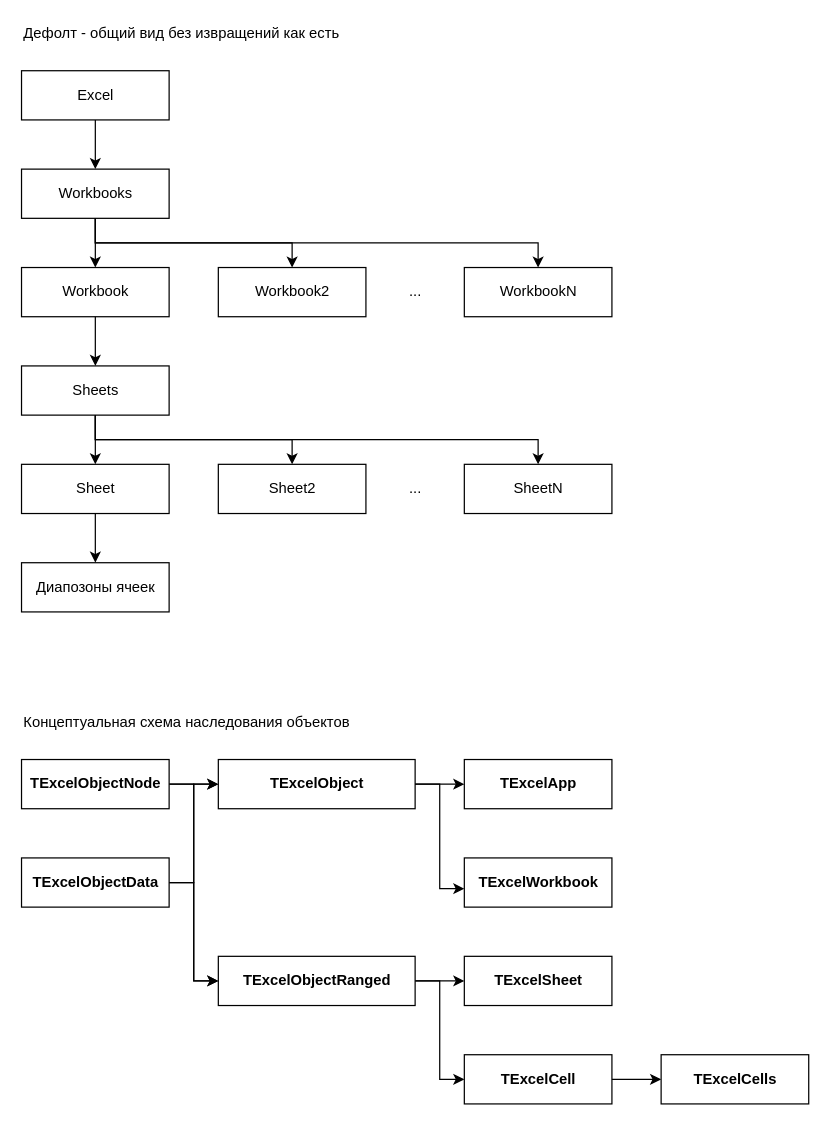
This is page "Excel Общий вид" (1 of 7) of doc/TExcel.drawio from GeorgyGogol/Dll-Excel-OLE-API, a draw.io file, before an edit. Source tidied: cells renumbered, new cells numbered last; positions are measured from the earlier drawing's top-left corner, leaving out a move shared by most shapes. Both pictures are drawn from the tidied source at 123%, with x=0, y=0 at pixel (21, 21).
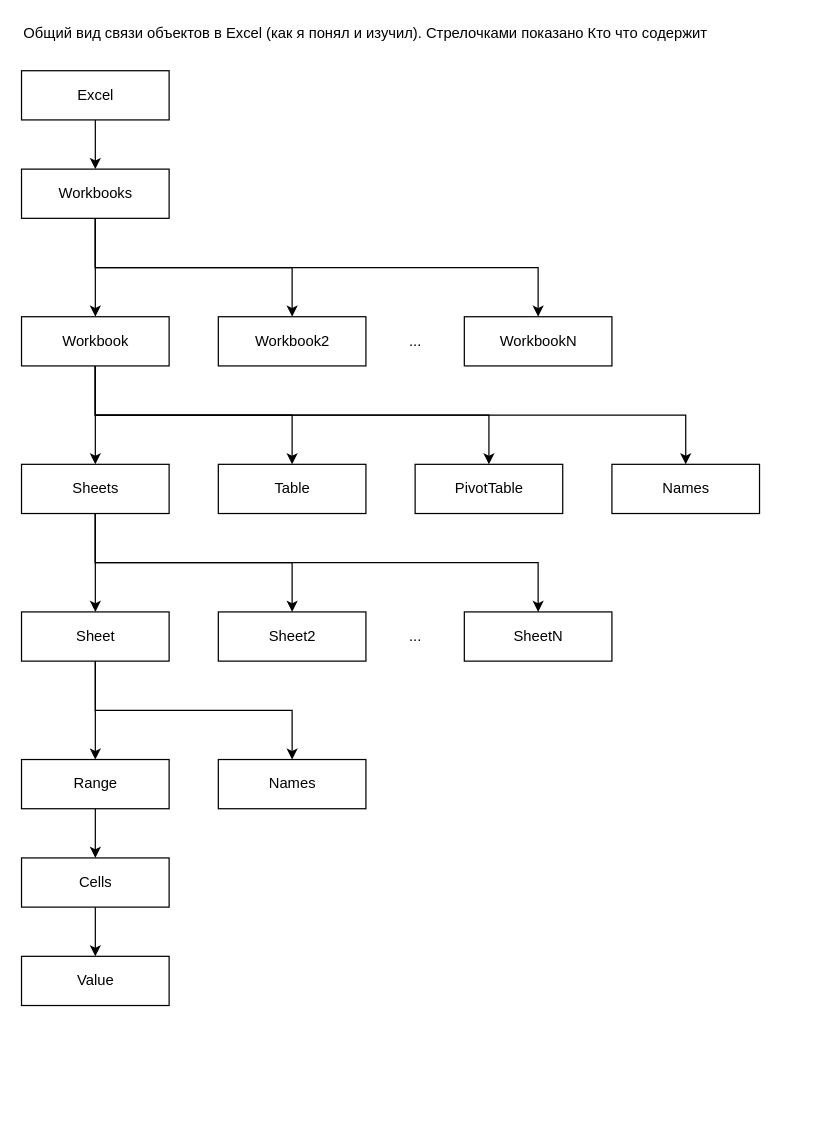
After the change.

What changed in the source:
```diff
@@
-    <mxCell id="2" style="group;" parent="1" vertex="1">
-      <mxGeometry width="480" height="480" as="geometry" />
-    </mxCell>
+    <mxCell id="45" style="group;" parent="1" vertex="1">
+      <mxGeometry width="600" height="800" as="geometry" />
+    </mxCell>
+    <mxCell id="46" value="Names" style="html=1;" parent="45" vertex="1">
+      <mxGeometry x="480" y="360" width="120" height="40" as="geometry" />
+    </mxCell>
+    <mxCell id="47" style="edgeStyle=orthogonalEdgeStyle;rounded=0;jettySize=auto;html=1;" parent="45" edge="1" source="6" target="46">
+      <mxGeometry relative="1" as="geometry">
+        <Array as="points">
+          <mxPoint x="60" y="320" />
+          <mxPoint x="540" y="320" />
+        </Array>
+      </mxGeometry>
+    </mxCell>
-    <mxCell id="3" value="Excel" style="html=1;" parent="2" vertex="1">
+    <mxCell id="3" value="Excel" style="html=1;" parent="45" vertex="1">
       <mxGeometry y="40" width="120" height="40" as="geometry" />
     </mxCell>
-    <mxCell id="4" value="Workbooks" style="html=1;" parent="2" vertex="1">
+    <mxCell id="4" value="Workbooks" style="html=1;" parent="45" vertex="1">
       <mxGeometry y="120" width="120" height="40" as="geometry" />
     </mxCell>
-    <mxCell id="5" style="edgeStyle=orthogonalEdgeStyle;rounded=0;jettySize=auto;html=1;fontColor=#6600CC;startArrow=none;startFill=0;endArrow=classic;endFill=1;" parent="2" edge="1" source="3" target="4">
-      <mxGeometry relative="1" as="geometry" />
+    <mxCell id="5" style="edgeStyle=orthogonalEdgeStyle;rounded=0;jettySize=auto;html=1;fontColor=#6600CC;startArrow=none;startFill=0;endArrow=classic;endFill=1;" parent="45" edge="1" source="3" target="4">
+      <mxGeometry as="geometry" />
     </mxCell>
-    <mxCell id="6" value="Workbook" style="html=1;" parent="2" vertex="1">
-      <mxGeometry y="200" width="120" height="40" as="geometry" />
+    <mxCell id="6" value="Workbook" style="html=1;" parent="45" vertex="1">
+      <mxGeometry y="240" width="120" height="40" as="geometry" />
     </mxCell>
-    <mxCell id="7" style="edgeStyle=orthogonalEdgeStyle;rounded=0;jettySize=auto;html=1;fontColor=#6600CC;startArrow=none;startFill=0;endArrow=classic;endFill=1;" parent="2" edge="1" source="4" target="6">
-      <mxGeometry relative="1" as="geometry" />
+    <mxCell id="7" style="edgeStyle=orthogonalEdgeStyle;rounded=0;jettySize=auto;html=1;fontColor=#6600CC;startArrow=none;startFill=0;endArrow=classic;endFill=1;" parent="45" edge="1" source="4" target="6">
+      <mxGeometry as="geometry" />
     </mxCell>
-    <mxCell id="8" value="Sheets" style="html=1;" parent="2" vertex="1">
-      <mxGeometry y="280" width="120" height="40" as="geometry" />
+    <mxCell id="8" value="Sheets" style="html=1;" parent="45" vertex="1">
+      <mxGeometry y="360" width="120" height="40" as="geometry" />
     </mxCell>
-    <mxCell id="9" style="edgeStyle=orthogonalEdgeStyle;rounded=0;jettySize=auto;html=1;fontColor=#6600CC;startArrow=none;startFill=0;endArrow=classic;endFill=1;" parent="2" edge="1" source="6" target="8">
-      <mxGeometry relative="1" as="geometry" />
+    <mxCell id="9" style="edgeStyle=orthogonalEdgeStyle;rounded=0;jettySize=auto;html=1;fontColor=#6600CC;startArrow=none;startFill=0;endArrow=classic;endFill=1;" parent="45" edge="1" source="6" target="8">
+      <mxGeometry y="40" as="geometry" />
     </mxCell>
-    <mxCell id="10" value="Sheet" style="html=1;" parent="2" vertex="1">
-      <mxGeometry y="360" width="120" height="40" as="geometry" />
+    <mxCell id="10" value="Sheet" style="html=1;" parent="45" vertex="1">
+      <mxGeometry y="480" width="120" height="40" as="geometry" />
     </mxCell>
-    <mxCell id="11" style="edgeStyle=orthogonalEdgeStyle;rounded=0;jettySize=auto;html=1;fontColor=#6600CC;startArrow=none;startFill=0;endArrow=classic;endFill=1;" parent="2" edge="1" source="8" target="10">
-      <mxGeometry relative="1" as="geometry" />
+    <mxCell id="11" style="edgeStyle=orthogonalEdgeStyle;rounded=0;jettySize=auto;html=1;fontColor=#6600CC;startArrow=none;startFill=0;endArrow=classic;endFill=1;" parent="45" edge="1" source="8" target="10">
+      <mxGeometry y="80" as="geometry" />
     </mxCell>
-    <mxCell id="12" value="Диапозоны ячеек" style="html=1;" parent="2" vertex="1">
-      <mxGeometry y="440" width="120" height="40" as="geometry" />
+    <mxCell id="12" value="Range" style="html=1;" parent="45" vertex="1">
+      <mxGeometry y="600" width="120" height="40" as="geometry" />
     </mxCell>
-    <mxCell id="13" style="edgeStyle=orthogonalEdgeStyle;rounded=0;jettySize=auto;html=1;fontColor=#6600CC;startArrow=none;startFill=0;endArrow=classic;endFill=1;" parent="2" edge="1" source="10" target="12">
-      <mxGeometry relative="1" as="geometry" />
+    <mxCell id="13" style="edgeStyle=orthogonalEdgeStyle;rounded=0;jettySize=auto;html=1;fontColor=#6600CC;startArrow=none;startFill=0;endArrow=classic;endFill=1;" parent="45" edge="1" source="10" target="12">
+      <mxGeometry y="120" as="geometry" />
     </mxCell>
-    <mxCell id="14" value="Workbook2" style="html=1;" parent="2" vertex="1">
-      <mxGeometry x="160" y="200" width="120" height="40" as="geometry" />
+    <mxCell id="14" value="Workbook2" style="html=1;" parent="45" vertex="1">
+      <mxGeometry x="160" y="240" width="120" height="40" as="geometry" />
     </mxCell>
-    <mxCell id="15" style="edgeStyle=orthogonalEdgeStyle;rounded=0;jettySize=auto;html=1;entryX=0.5;entryY=0;entryDx=0;entryDy=0;fontColor=#6600CC;startArrow=none;startFill=0;endArrow=classic;endFill=1;" parent="2" edge="1" source="4" target="14">
-      <mxGeometry relative="1" as="geometry">
+    <mxCell id="15" style="edgeStyle=orthogonalEdgeStyle;rounded=0;jettySize=auto;html=1;entryX=0.5;entryY=0;entryDx=0;entryDy=0;fontColor=#6600CC;startArrow=none;startFill=0;endArrow=classic;endFill=1;" parent="45" edge="1" source="4" target="14">
+      <mxGeometry as="geometry">
         <Array as="points">
-          <mxPoint x="60" y="180" />
-          <mxPoint x="220" y="180" />
+          <mxPoint x="60" y="200" />
+          <mxPoint x="220" y="200" />
         </Array>
       </mxGeometry>
     </mxCell>
-    <mxCell id="16" value="Sheet2" style="html=1;" parent="2" vertex="1">
-      <mxGeometry x="160" y="360" width="120" height="40" as="geometry" />
+    <mxCell id="16" value="Sheet2" style="html=1;" parent="45" vertex="1">
+      <mxGeometry x="160" y="480" width="120" height="40" as="geometry" />
     </mxCell>
-    <mxCell id="17" style="edgeStyle=orthogonalEdgeStyle;rounded=0;jettySize=auto;html=1;entryX=0.5;entryY=0;entryDx=0;entryDy=0;fontColor=#6600CC;startArrow=none;startFill=0;endArrow=classic;endFill=1;" parent="2" edge="1" source="8" target="16">
-      <mxGeometry relative="1" as="geometry">
+    <mxCell id="17" style="edgeStyle=orthogonalEdgeStyle;rounded=0;jettySize=auto;html=1;entryX=0.5;entryY=0;entryDx=0;entryDy=0;fontColor=#6600CC;startArrow=none;startFill=0;endArrow=classic;endFill=1;" parent="45" edge="1" source="8" target="16">
+      <mxGeometry y="80" as="geometry">
         <Array as="points">
-          <mxPoint x="60" y="340" />
-          <mxPoint x="220" y="340" />
+          <mxPoint x="60" y="440" />
+          <mxPoint x="220" y="440" />
         </Array>
       </mxGeometry>
     </mxCell>
-    <mxCell id="18" value="SheetN" style="html=1;" parent="2" vertex="1">
-      <mxGeometry x="360" y="360" width="120" height="40" as="geometry" />
+    <mxCell id="18" value="SheetN" style="html=1;" parent="45" vertex="1">
+      <mxGeometry x="360" y="480" width="120" height="40" as="geometry" />
     </mxCell>
-    <mxCell id="19" style="edgeStyle=orthogonalEdgeStyle;rounded=0;jettySize=auto;html=1;entryX=0.5;entryY=0;entryDx=0;entryDy=0;fontColor=#6600CC;startArrow=none;startFill=0;endArrow=classic;endFill=1;" parent="2" edge="1" source="8" target="18">
-      <mxGeometry relative="1" as="geometry">
+    <mxCell id="19" style="edgeStyle=orthogonalEdgeStyle;rounded=0;jettySize=auto;html=1;entryX=0.5;entryY=0;entryDx=0;entryDy=0;fontColor=#6600CC;startArrow=none;startFill=0;endArrow=classic;endFill=1;" parent="45" edge="1" source="8" target="18">
+      <mxGeometry y="80" as="geometry">
         <Array as="points">
-          <mxPoint x="60" y="340" />
-          <mxPoint x="420" y="340" />
+          <mxPoint x="60" y="440" />
+          <mxPoint x="420" y="440" />
         </Array>
       </mxGeometry>
     </mxCell>
-    <mxCell id="20" value="WorkbookN" style="html=1;" parent="2" vertex="1">
-      <mxGeometry x="360" y="200" width="120" height="40" as="geometry" />
+    <mxCell id="20" value="WorkbookN" style="html=1;" parent="45" vertex="1">
+      <mxGeometry x="360" y="240" width="120" height="40" as="geometry" />
     </mxCell>
-    <mxCell id="21" style="edgeStyle=orthogonalEdgeStyle;rounded=0;jettySize=auto;html=1;entryX=0.5;entryY=0;entryDx=0;entryDy=0;fontColor=#6600CC;startArrow=none;startFill=0;endArrow=classic;endFill=1;" parent="2" edge="1" source="4" target="20">
-      <mxGeometry relative="1" as="geometry">
+    <mxCell id="21" style="edgeStyle=orthogonalEdgeStyle;rounded=0;jettySize=auto;html=1;entryX=0.5;entryY=0;entryDx=0;entryDy=0;fontColor=#6600CC;startArrow=none;startFill=0;endArrow=classic;endFill=1;" parent="45" edge="1" source="4" target="20">
+      <mxGeometry as="geometry">
         <Array as="points">
-          <mxPoint x="60" y="180" />
-          <mxPoint x="420" y="180" />
+          <mxPoint x="60" y="200" />
+          <mxPoint x="420" y="200" />
         </Array>
       </mxGeometry>
     </mxCell>
-    <mxCell id="22" value="..." style="text;html=1;align=center;verticalAlign=middle;strokeColor=none;fillColor=none;" parent="2" vertex="1">
-      <mxGeometry x="305" y="210" width="30" height="20" as="geometry" />
+    <mxCell id="22" value="..." style="text;html=1;align=center;verticalAlign=middle;strokeColor=none;fillColor=none;" parent="45" vertex="1">
+      <mxGeometry x="305" y="250" width="30" height="20" as="geometry" />
     </mxCell>
-    <mxCell id="23" value="..." style="text;html=1;align=center;verticalAlign=middle;strokeColor=none;fillColor=none;" parent="2" vertex="1">
-      <mxGeometry x="305" y="370" width="30" height="20" as="geometry" />
+    <mxCell id="23" value="..." style="text;html=1;align=center;verticalAlign=middle;strokeColor=none;fillColor=none;" parent="45" vertex="1">
+      <mxGeometry x="305" y="490" width="30" height="20" as="geometry" />
     </mxCell>
-    <mxCell id="24" value="Дефолт - общий вид без извращений как есть" style="text;html=1;align=left;verticalAlign=middle;strokeColor=none;fillColor=none;" parent="2" vertex="1">
-      <mxGeometry width="270" height="20" as="geometry" />
+    <mxCell id="24" value="Общий вид связи объектов в Excel (как я понял и изучил). Стрелочками показано Кто что содержит" style="text;html=1;align=left;verticalAlign=middle;strokeColor=none;fillColor=none;" parent="45" vertex="1">
+      <mxGeometry width="570" height="20" as="geometry" />
     </mxCell>
-    <mxCell id="25" style="group;" parent="1" vertex="1">
-      <mxGeometry y="560" width="640" height="320" as="geometry" />
-    </mxCell>
-    <mxCell id="26" value="Концептуальная схема наследования объектов" style="text;html=1;align=left;verticalAlign=middle;strokeColor=none;fillColor=none;" parent="25" vertex="1">
-      <mxGeometry width="280" height="20" as="geometry" />
-    </mxCell>
-    <mxCell id="27" value="&lt;b&gt;TExcelObject&lt;/b&gt;" style="html=1;" parent="25" vertex="1">
-      <mxGeometry x="160" y="40" width="160" height="40" as="geometry" />
-    </mxCell>
-    <mxCell id="28" value="&lt;b&gt;TExcelApp&lt;/b&gt;" style="html=1;" parent="25" vertex="1">
-      <mxGeometry x="360" y="40" width="120" height="40" as="geometry" />
-    </mxCell>
-    <mxCell id="29" style="edgeStyle=orthogonalEdgeStyle;rounded=0;jettySize=auto;html=1;" parent="25" edge="1" source="27" target="28">
-      <mxGeometry relative="1" as="geometry" />
-    </mxCell>
-    <mxCell id="30" value="&lt;span style=&quot;font-weight: 700&quot;&gt;TExcelWorkbook&lt;/span&gt;" style="html=1;" parent="25" vertex="1">
-      <mxGeometry x="360" y="120" width="120" height="40" as="geometry" />
-    </mxCell>
-    <mxCell id="31" style="edgeStyle=orthogonalEdgeStyle;rounded=0;jettySize=auto;html=1;" parent="25" edge="1" source="27" target="30">
-      <mxGeometry relative="1" as="geometry">
-        <Array as="points">
-          <mxPoint x="340" y="60" />
-          <mxPoint x="340" y="145" />
-        </Array>
-      </mxGeometry>
-    </mxCell>
-    <mxCell id="32" value="&lt;b&gt;TExcelSheet&lt;/b&gt;" style="html=1;" parent="25" vertex="1">
-      <mxGeometry x="360" y="200" width="120" height="40" as="geometry" />
-    </mxCell>
-    <mxCell id="33" value="&lt;b&gt;TExcelCell&lt;/b&gt;" style="html=1;" parent="25" vertex="1">
-      <mxGeometry x="360" y="280" width="120" height="40" as="geometry" />
-    </mxCell>
-    <mxCell id="34" style="edgeStyle=orthogonalEdgeStyle;shape=connector;rounded=0;jettySize=auto;html=1;labelBackgroundColor=default;strokeColor=default;fontFamily=Helvetica;fontSize=11;fontColor=default;endArrow=classic;" parent="25" edge="1" source="36" target="32">
-      <mxGeometry relative="1" as="geometry" />
-    </mxCell>
-    <mxCell id="35" style="edgeStyle=orthogonalEdgeStyle;shape=connector;rounded=0;jettySize=auto;html=1;entryX=0;entryY=0.5;entryDx=0;entryDy=0;labelBackgroundColor=default;strokeColor=default;fontFamily=Helvetica;fontSize=11;fontColor=default;endArrow=classic;" parent="25" edge="1" source="36" target="33">
-      <mxGeometry relative="1" as="geometry" />
-    </mxCell>
-    <mxCell id="36" value="&lt;b&gt;TExcelObjectRanged&lt;/b&gt;" style="html=1;" parent="25" vertex="1">
-      <mxGeometry x="160" y="200" width="160" height="40" as="geometry" />
-    </mxCell>
-    <mxCell id="37" style="edgeStyle=orthogonalEdgeStyle;shape=connector;rounded=0;jettySize=auto;html=1;entryX=0;entryY=0.5;entryDx=0;entryDy=0;labelBackgroundColor=default;strokeColor=default;fontFamily=Helvetica;fontSize=11;fontColor=default;endArrow=classic;" parent="25" edge="1" source="39" target="27">
-      <mxGeometry relative="1" as="geometry" />
-    </mxCell>
-    <mxCell id="38" style="edgeStyle=orthogonalEdgeStyle;shape=connector;rounded=0;jettySize=auto;html=1;entryX=0;entryY=0.5;entryDx=0;entryDy=0;labelBackgroundColor=default;strokeColor=default;fontFamily=Helvetica;fontSize=11;fontColor=default;endArrow=classic;" parent="25" edge="1" source="39" target="36">
-      <mxGeometry relative="1" as="geometry" />
-    </mxCell>
-    <mxCell id="39" value="&lt;span style=&quot;font-weight: 700;&quot;&gt;TExcelObjectNode&lt;/span&gt;" style="html=1;" parent="25" vertex="1">
-      <mxGeometry y="40" width="120" height="40" as="geometry" />
-    </mxCell>
-    <mxCell id="40" style="edgeStyle=orthogonalEdgeStyle;shape=connector;rounded=0;jettySize=auto;html=1;entryX=0;entryY=0.5;entryDx=0;entryDy=0;labelBackgroundColor=default;strokeColor=default;fontFamily=Helvetica;fontSize=11;fontColor=default;endArrow=classic;" parent="25" edge="1" source="42" target="27">
-      <mxGeometry relative="1" as="geometry" />
-    </mxCell>
-    <mxCell id="41" style="edgeStyle=orthogonalEdgeStyle;shape=connector;rounded=0;jettySize=auto;html=1;entryX=0;entryY=0.5;entryDx=0;entryDy=0;labelBackgroundColor=default;strokeColor=default;fontFamily=Helvetica;fontSize=11;fontColor=default;endArrow=classic;" parent="25" edge="1" source="42" target="36">
-      <mxGeometry relative="1" as="geometry" />
-    </mxCell>
-    <mxCell id="42" value="&lt;span style=&quot;font-weight: 700;&quot;&gt;TExcelObjectData&lt;/span&gt;" style="html=1;" parent="25" vertex="1">
-      <mxGeometry y="120" width="120" height="40" as="geometry" />
-    </mxCell>
-    <mxCell id="43" value="&lt;b&gt;TExcelCells&lt;/b&gt;" style="html=1;" parent="25" vertex="1">
-      <mxGeometry x="520" y="280" width="120" height="40" as="geometry" />
-    </mxCell>
-    <mxCell id="44" style="edgeStyle=orthogonalEdgeStyle;shape=connector;rounded=0;jettySize=auto;html=1;labelBackgroundColor=default;strokeColor=default;fontFamily=Helvetica;fontSize=11;fontColor=default;endArrow=classic;" parent="25" edge="1" source="33" target="43">
-      <mxGeometry relative="1" as="geometry" />
-    </mxCell>
+    <mxCell id="48" value="Table" style="html=1;" parent="45" vertex="1">
+      <mxGeometry x="160" y="360" width="120" height="40" as="geometry" />
+    </mxCell>
+    <mxCell id="49" style="edgeStyle=orthogonalEdgeStyle;rounded=0;jettySize=auto;html=1;" parent="45" edge="1" source="6" target="48">
+      <mxGeometry y="40" as="geometry">
+        <Array as="points">
+          <mxPoint x="60" y="320" />
+          <mxPoint x="220" y="320" />
+        </Array>
+      </mxGeometry>
+    </mxCell>
+    <mxCell id="50" value="PivotTable" style="html=1;" parent="45" vertex="1">
+      <mxGeometry x="320" y="360" width="120" height="40" as="geometry" />
+    </mxCell>
+    <mxCell id="51" style="edgeStyle=orthogonalEdgeStyle;rounded=0;jettySize=auto;html=1;" parent="45" edge="1" source="6" target="50">
+      <mxGeometry y="40" as="geometry">
+        <Array as="points">
+          <mxPoint x="60" y="320" />
+          <mxPoint x="380" y="320" />
+        </Array>
+      </mxGeometry>
+    </mxCell>
+    <mxCell id="52" value="Cells" style="html=1;" parent="45" vertex="1">
+      <mxGeometry y="680" width="120" height="40" as="geometry" />
+    </mxCell>
+    <mxCell id="53" style="edgeStyle=orthogonalEdgeStyle;rounded=0;jettySize=auto;html=1;" parent="45" edge="1" source="12" target="52">
+      <mxGeometry relative="1" as="geometry" />
+    </mxCell>
+    <mxCell id="54" value="Names" style="html=1;" parent="45" vertex="1">
+      <mxGeometry x="160" y="600" width="120" height="40" as="geometry" />
+    </mxCell>
+    <mxCell id="55" style="edgeStyle=orthogonalEdgeStyle;rounded=0;jettySize=auto;html=1;" parent="45" edge="1" source="10" target="54">
+      <mxGeometry relative="1" as="geometry">
+        <Array as="points">
+          <mxPoint x="60" y="560" />
+          <mxPoint x="220" y="560" />
+        </Array>
+      </mxGeometry>
+    </mxCell>
+    <mxCell id="56" value="Value" style="html=1;" parent="45" vertex="1">
+      <mxGeometry y="760" width="120" height="40" as="geometry" />
+    </mxCell>
+    <mxCell id="57" style="edgeStyle=orthogonalEdgeStyle;rounded=0;jettySize=auto;html=1;" parent="45" edge="1" source="52" target="56">
+      <mxGeometry relative="1" as="geometry" />
+    </mxCell>
```
